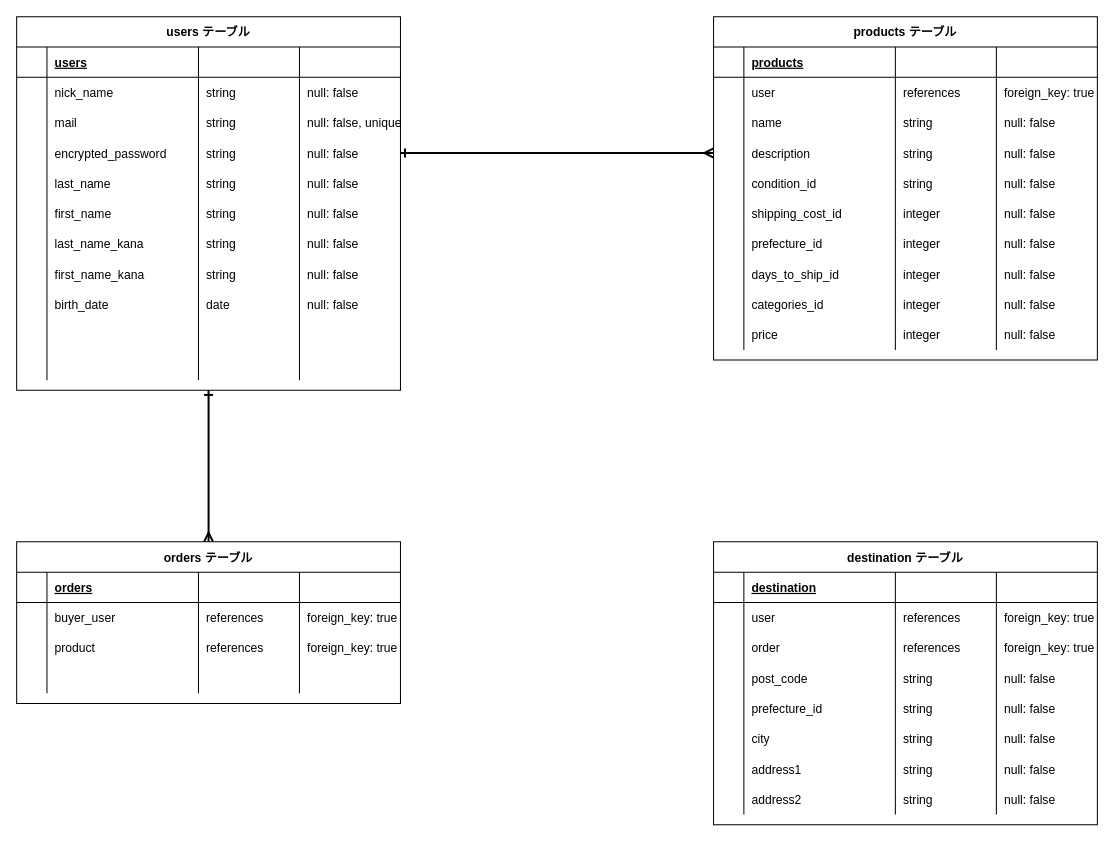
The draw.io diagram ER.dio in kaleid-eminA/furima-35846, before the edit. Source tidied: cells renumbered, new cells numbered last; positions are measured from the earlier drawing's top-left corner, leaving out a move shared by most shapes. Both pictures are drawn from the tidied source at 101%, with x=0, y=0 at pixel (16, 16).
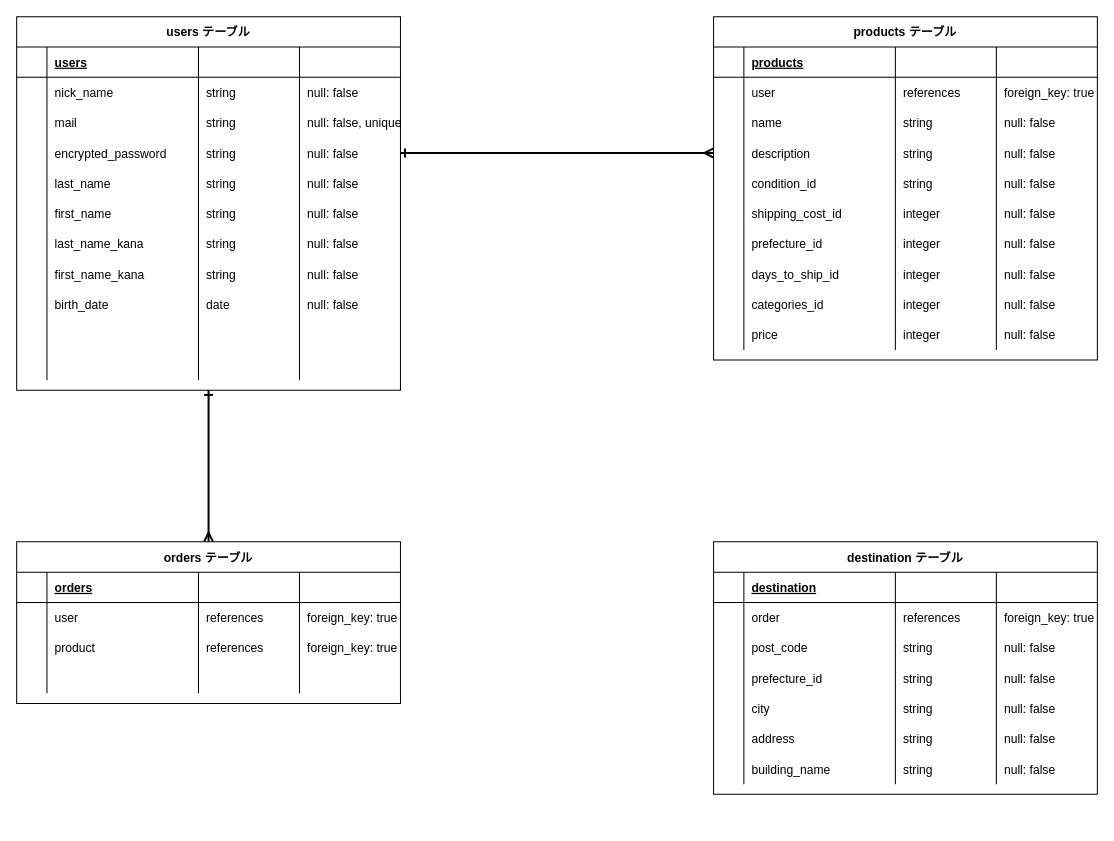
The same page after the edit.

Commit message (it also covers changes not shown here):
データベース修正３

The change refers to these unchanged cells:
```xml
<mxCell id="157" style="shape=partialRectangle;fillColor=none;top=0;left=0;bottom=0;right=0;" parent="151" vertex="1">
  <mxGeometry y="60" width="380" height="30" as="geometry" />
</mxCell>
```

Diff of the diagram source:
```diff
@@
     <mxCell id="110" value="destination テーブル" style="shape=table;startSize=30;childLayout=tableLayout;rowLines=0;fontStyle=1;align=center;" parent="1" vertex="1">
-      <mxGeometry x="690" y="520" width="380" height="280" as="geometry" />
+      <mxGeometry x="690" y="520" width="380" height="250" as="geometry" />
     </mxCell>
@@
-    <mxCell id="116" style="shape=partialRectangle;fillColor=none;top=0;left=0;bottom=0;right=0;" parent="110" vertex="1">
-      <mxGeometry y="60" width="380" height="30" as="geometry" />
-    </mxCell>
-    <mxCell id="117" style="shape=partialRectangle;fillColor=none;top=0;left=0;bottom=0;right=0;overflow=hidden;" parent="116" vertex="1">
-      <mxGeometry width="30" height="30" as="geometry" />
-    </mxCell>
-    <mxCell id="118" value="user" style="shape=partialRectangle;fillColor=none;top=0;left=0;bottom=0;right=0;align=left;spacingLeft=6;overflow=hidden;" parent="116" vertex="1">
-      <mxGeometry x="30" width="150" height="30" as="geometry" />
-    </mxCell>
-    <mxCell id="119" value="references" style="shape=partialRectangle;fillColor=none;top=0;left=0;bottom=0;right=0;align=left;spacingLeft=6;overflow=hidden;" parent="116" vertex="1">
-      <mxGeometry x="180" width="100" height="30" as="geometry" />
-    </mxCell>
-    <mxCell id="120" value="foreign_key: true" style="shape=partialRectangle;fillColor=none;top=0;left=0;bottom=0;right=0;align=left;spacingLeft=6;overflow=hidden;" parent="116" vertex="1">
-      <mxGeometry x="280" width="100" height="30" as="geometry" />
-    </mxCell>
     <mxCell id="121" style="shape=partialRectangle;fillColor=none;top=0;left=0;bottom=0;right=0;" parent="110" vertex="1">
-      <mxGeometry y="90" width="380" height="30" as="geometry" />
+      <mxGeometry y="60" width="380" height="30" as="geometry" />
     </mxCell>
@@
     <mxCell id="126" style="shape=partialRectangle;fillColor=none;top=0;left=0;bottom=0;right=0;" parent="110" vertex="1">
-      <mxGeometry y="120" width="380" height="30" as="geometry" />
+      <mxGeometry y="90" width="380" height="30" as="geometry" />
     </mxCell>
@@
     <mxCell id="131" style="shape=partialRectangle;fillColor=none;top=0;left=0;bottom=0;right=0;" parent="110" vertex="1">
-      <mxGeometry y="150" width="380" height="30" as="geometry" />
+      <mxGeometry y="120" width="380" height="30" as="geometry" />
     </mxCell>
@@
     <mxCell id="136" style="shape=partialRectangle;fillColor=none;top=0;left=0;bottom=0;right=0;" parent="110" vertex="1">
-      <mxGeometry y="180" width="380" height="30" as="geometry" />
+      <mxGeometry y="150" width="380" height="30" as="geometry" />
     </mxCell>
@@
     <mxCell id="141" style="shape=partialRectangle;fillColor=none;top=0;left=0;bottom=0;right=0;" parent="110" vertex="1">
-      <mxGeometry y="210" width="380" height="30" as="geometry" />
+      <mxGeometry y="180" width="380" height="30" as="geometry" />
     </mxCell>
@@
-    <mxCell id="143" value="address1" style="shape=partialRectangle;fillColor=none;top=0;left=0;bottom=0;right=0;align=left;spacingLeft=6;overflow=hidden;" parent="141" vertex="1">
+    <mxCell id="143" value="address" style="shape=partialRectangle;fillColor=none;top=0;left=0;bottom=0;right=0;align=left;spacingLeft=6;overflow=hidden;" parent="141" vertex="1">
       <mxGeometry x="30" width="150" height="30" as="geometry" />
     </mxCell>
@@
     <mxCell id="146" style="shape=partialRectangle;fillColor=none;top=0;left=0;bottom=0;right=0;" parent="110" vertex="1">
-      <mxGeometry y="240" width="380" height="30" as="geometry" />
+      <mxGeometry y="210" width="380" height="30" as="geometry" />
     </mxCell>
@@
-    <mxCell id="148" value="address2" style="shape=partialRectangle;fillColor=none;top=0;left=0;bottom=0;right=0;align=left;spacingLeft=6;overflow=hidden;" parent="146" vertex="1">
+    <mxCell id="148" value="building_name" style="shape=partialRectangle;fillColor=none;top=0;left=0;bottom=0;right=0;align=left;spacingLeft=6;overflow=hidden;" parent="146" vertex="1">
       <mxGeometry x="30" width="150" height="30" as="geometry" />
     </mxCell>
@@
-    <mxCell id="159" value="buyer_user" style="shape=partialRectangle;fillColor=none;top=0;left=0;bottom=0;right=0;align=left;spacingLeft=6;overflow=hidden;" parent="157" vertex="1">
+    <mxCell id="159" value="user" style="shape=partialRectangle;fillColor=none;top=0;left=0;bottom=0;right=0;align=left;spacingLeft=6;overflow=hidden;" parent="157" vertex="1">
       <mxGeometry x="30" width="150" height="30" as="geometry" />
     </mxCell>
```
